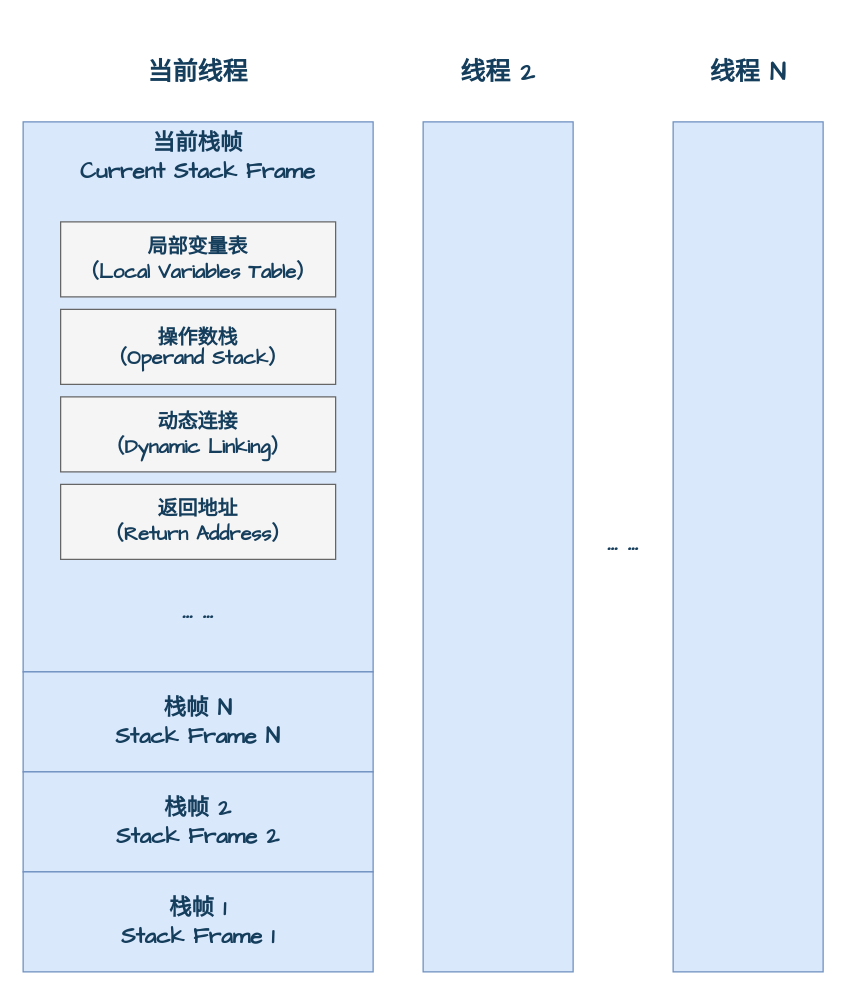
This is page "栈帧" (3 of 6) of assets/Java/JavaCore/JVM/Java虚拟机之内存区域.drawio from dunwu/waterdrop, a draw.io file, before an edit. Source tidied: cells renumbered, new cells numbered last; positions are measured from the earlier drawing's top-left corner, leaving out a move shared by most shapes. Both pictures are drawn from the tidied source at 125%, with x=0, y=0 at pixel (22, 21).
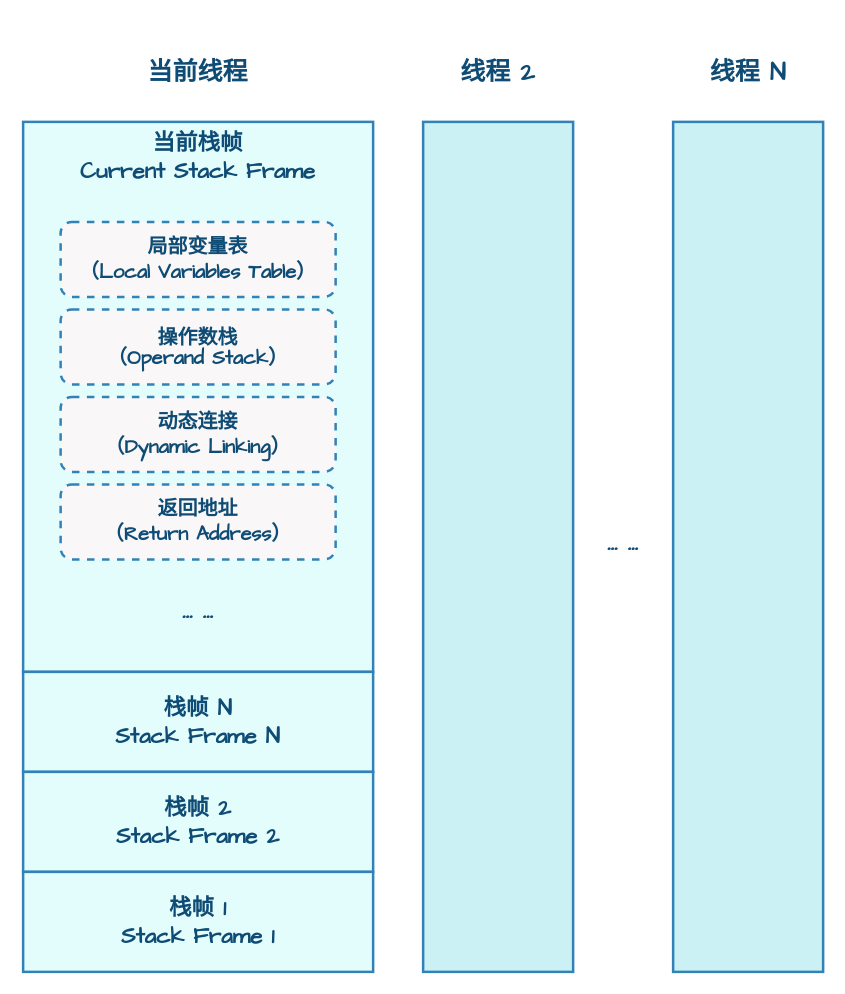
The same diagram, later.

Change to the diagram source:
```diff
@@
 <mxGraphModel>
   <root>
     <mxCell id="0" />
     <mxCell id="1" parent="0" />
-    <mxCell id="2" value="&lt;div style=&quot;border-color: var(--border-color); font-size: 18px; font-weight: 700;&quot;&gt;&lt;div style=&quot;border-color: var(--border-color);&quot;&gt;当前栈帧&lt;/div&gt;&lt;div style=&quot;border-color: var(--border-color);&quot;&gt;Current Stack Frame&lt;/div&gt;&lt;/div&gt;" style="rounded=0;whiteSpace=wrap;html=1;fillColor=#dae8fc;strokeColor=#6c8ebf;shadow=0;fontSize=16;verticalAlign=top;fontColor=#153E5D;fontFamily=Comic Sans MS;" parent="1" vertex="1">
+    <mxCell id="2" value="&lt;div style=&quot;border-color: var(--border-color); font-size: 18px;&quot;&gt;&lt;div style=&quot;border-color: var(--border-color);&quot;&gt;当前栈帧&lt;/div&gt;&lt;div style=&quot;border-color: var(--border-color);&quot;&gt;Current Stack Frame&lt;/div&gt;&lt;/div&gt;" style="rounded=0;whiteSpace=wrap;html=1;fillColor=#E3FDFD;strokeColor=#3282B8;shadow=0;fontSize=16;verticalAlign=top;fontColor=#0F4C75;fontFamily=Comic Sans MS;strokeWidth=2;fontStyle=1;" parent="1" vertex="1">
       <mxGeometry y="80" width="280" height="440" as="geometry" />
     </mxCell>
-    <mxCell id="3" value="&lt;div style=&quot;&quot;&gt;&lt;div style=&quot;&quot;&gt;局部变量表&lt;/div&gt;&lt;div style=&quot;&quot;&gt;（Local Variables Table）&lt;br&gt;&lt;/div&gt;&lt;/div&gt;" style="rounded=0;whiteSpace=wrap;html=1;fontSize=16;fillColor=#f5f5f5;fontColor=#153E5D;strokeColor=#666666;fontStyle=1;fontFamily=Comic Sans MS;" parent="1" vertex="1">
+    <mxCell id="3" value="&lt;div style=&quot;&quot;&gt;&lt;div style=&quot;&quot;&gt;局部变量表&lt;/div&gt;&lt;div style=&quot;&quot;&gt;（Local Variables Table）&lt;br&gt;&lt;/div&gt;&lt;/div&gt;" style="rounded=1;whiteSpace=wrap;html=1;fontSize=16;fillColor=#F9F7F7;fontColor=#0F4C75;strokeColor=#3282B8;fontStyle=1;fontFamily=Comic Sans MS;dashed=1;strokeWidth=2;" parent="1" vertex="1">
       <mxGeometry x="30" y="160" width="220" height="60" as="geometry" />
     </mxCell>
-    <mxCell id="4" value="&lt;div style=&quot;&quot;&gt;&lt;div style=&quot;&quot;&gt;&lt;p style=&quot;border-color: var(--border-color); margin: 0px 4px; line-height: 16px;&quot; align=&quot;center&quot;&gt;操作数栈&lt;/p&gt;&lt;p style=&quot;border-color: var(--border-color); margin: 0px 4px; line-height: 16px;&quot; align=&quot;center&quot;&gt;（Operand Stack）&lt;br&gt;&lt;/p&gt;&lt;/div&gt;&lt;/div&gt;" style="rounded=0;whiteSpace=wrap;html=1;fontSize=16;fillColor=#f5f5f5;fontColor=#153E5D;strokeColor=#666666;fontStyle=1;fontFamily=Comic Sans MS;" parent="1" vertex="1">
+    <mxCell id="4" value="&lt;div style=&quot;&quot;&gt;&lt;div style=&quot;&quot;&gt;&lt;p style=&quot;border-color: var(--border-color); margin: 0px 4px; line-height: 16px;&quot; align=&quot;center&quot;&gt;操作数栈&lt;/p&gt;&lt;p style=&quot;border-color: var(--border-color); margin: 0px 4px; line-height: 16px;&quot; align=&quot;center&quot;&gt;（Operand Stack）&lt;br&gt;&lt;/p&gt;&lt;/div&gt;&lt;/div&gt;" style="rounded=1;whiteSpace=wrap;html=1;fontSize=16;fillColor=#F9F7F7;fontColor=#0F4C75;strokeColor=#3282B8;fontStyle=1;fontFamily=Comic Sans MS;dashed=1;strokeWidth=2;" parent="1" vertex="1">
       <mxGeometry x="30" y="230" width="220" height="60" as="geometry" />
     </mxCell>
-    <mxCell id="5" value="&lt;div style=&quot;font-size: 16px;&quot;&gt;&lt;div style=&quot;font-size: 16px;&quot;&gt;&lt;div style=&quot;border-color: var(--border-color);&quot;&gt;动态连接&lt;/div&gt;&lt;div style=&quot;border-color: var(--border-color);&quot;&gt;（Dynamic Linking）&lt;br&gt;&lt;/div&gt;&lt;/div&gt;&lt;/div&gt;" style="rounded=0;whiteSpace=wrap;html=1;fontSize=16;fillColor=#f5f5f5;fontColor=#153E5D;strokeColor=#666666;fontStyle=1;fontFamily=Comic Sans MS;" parent="1" vertex="1">
+    <mxCell id="5" value="&lt;div style=&quot;font-size: 16px;&quot;&gt;&lt;div style=&quot;font-size: 16px;&quot;&gt;&lt;div style=&quot;border-color: var(--border-color);&quot;&gt;动态连接&lt;/div&gt;&lt;div style=&quot;border-color: var(--border-color);&quot;&gt;（Dynamic Linking）&lt;br&gt;&lt;/div&gt;&lt;/div&gt;&lt;/div&gt;" style="rounded=1;whiteSpace=wrap;html=1;fontSize=16;fillColor=#F9F7F7;fontColor=#0F4C75;strokeColor=#3282B8;fontStyle=1;fontFamily=Comic Sans MS;dashed=1;strokeWidth=2;" parent="1" vertex="1">
       <mxGeometry x="30" y="300" width="220" height="60" as="geometry" />
     </mxCell>
-    <mxCell id="6" value="&lt;div style=&quot;font-size: 16px;&quot;&gt;&lt;div style=&quot;font-size: 16px;&quot;&gt;&lt;div style=&quot;border-color: var(--border-color);&quot;&gt;返回地址&lt;/div&gt;&lt;div style=&quot;border-color: var(--border-color);&quot;&gt;（Return Address）&lt;br&gt;&lt;/div&gt;&lt;/div&gt;&lt;/div&gt;" style="rounded=0;whiteSpace=wrap;html=1;fontSize=16;fillColor=#f5f5f5;fontColor=#153E5D;strokeColor=#666666;fontStyle=1;fontFamily=Comic Sans MS;" parent="1" vertex="1">
+    <mxCell id="6" value="&lt;div style=&quot;font-size: 16px;&quot;&gt;&lt;div style=&quot;font-size: 16px;&quot;&gt;&lt;div style=&quot;border-color: var(--border-color);&quot;&gt;返回地址&lt;/div&gt;&lt;div style=&quot;border-color: var(--border-color);&quot;&gt;（Return Address）&lt;br&gt;&lt;/div&gt;&lt;/div&gt;&lt;/div&gt;" style="rounded=1;whiteSpace=wrap;html=1;fontSize=16;fillColor=#F9F7F7;fontColor=#0F4C75;strokeColor=#3282B8;fontStyle=1;fontFamily=Comic Sans MS;dashed=1;strokeWidth=2;" parent="1" vertex="1">
       <mxGeometry x="30" y="370" width="220" height="60" as="geometry" />
     </mxCell>
-    <mxCell id="7" value="&lt;div style=&quot;border-color: var(--border-color); font-size: 18px; font-weight: 700;&quot;&gt;&lt;div style=&quot;border-color: var(--border-color);&quot;&gt;栈帧 N&lt;/div&gt;&lt;div style=&quot;border-color: var(--border-color);&quot;&gt;Stack Frame N&lt;/div&gt;&lt;/div&gt;" style="rounded=0;whiteSpace=wrap;html=1;fillColor=#dae8fc;strokeColor=#6c8ebf;shadow=0;fontSize=16;verticalAlign=middle;align=center;fontColor=#153E5D;fontFamily=Comic Sans MS;" parent="1" vertex="1">
+    <mxCell id="7" value="&lt;div style=&quot;border-color: var(--border-color); font-size: 18px;&quot;&gt;&lt;div style=&quot;border-color: var(--border-color);&quot;&gt;栈帧 N&lt;/div&gt;&lt;div style=&quot;border-color: var(--border-color);&quot;&gt;Stack Frame N&lt;/div&gt;&lt;/div&gt;" style="rounded=0;whiteSpace=wrap;html=1;fillColor=#E3FDFD;strokeColor=#3282B8;shadow=0;fontSize=16;verticalAlign=middle;align=center;fontColor=#0F4C75;fontFamily=Comic Sans MS;strokeWidth=2;fontStyle=1;" parent="1" vertex="1">
       <mxGeometry y="520" width="280" height="80" as="geometry" />
     </mxCell>
-    <mxCell id="8" value="&lt;div style=&quot;border-color: var(--border-color); font-size: 18px; font-weight: 700;&quot;&gt;&lt;div style=&quot;border-color: var(--border-color);&quot;&gt;栈帧 2&lt;/div&gt;&lt;div style=&quot;border-color: var(--border-color);&quot;&gt;Stack Frame 2&lt;/div&gt;&lt;/div&gt;" style="rounded=0;whiteSpace=wrap;html=1;fillColor=#dae8fc;strokeColor=#6c8ebf;shadow=0;fontSize=16;verticalAlign=middle;align=center;fontColor=#153E5D;fontFamily=Comic Sans MS;" parent="1" vertex="1">
+    <mxCell id="8" value="&lt;div style=&quot;border-color: var(--border-color); font-size: 18px;&quot;&gt;&lt;div style=&quot;border-color: var(--border-color);&quot;&gt;栈帧 2&lt;/div&gt;&lt;div style=&quot;border-color: var(--border-color);&quot;&gt;Stack Frame 2&lt;/div&gt;&lt;/div&gt;" style="rounded=0;whiteSpace=wrap;html=1;fillColor=#E3FDFD;strokeColor=#3282B8;shadow=0;fontSize=16;verticalAlign=middle;align=center;fontColor=#0F4C75;fontFamily=Comic Sans MS;strokeWidth=2;fontStyle=1;" parent="1" vertex="1">
       <mxGeometry y="600" width="280" height="80" as="geometry" />
     </mxCell>
-    <mxCell id="9" value="&lt;div style=&quot;border-color: var(--border-color); font-size: 18px; font-weight: 700;&quot;&gt;&lt;div style=&quot;border-color: var(--border-color);&quot;&gt;栈帧 1&lt;/div&gt;&lt;div style=&quot;border-color: var(--border-color);&quot;&gt;Stack Frame 1&lt;/div&gt;&lt;/div&gt;" style="rounded=0;whiteSpace=wrap;html=1;fillColor=#dae8fc;strokeColor=#6c8ebf;shadow=0;fontSize=16;verticalAlign=middle;align=center;fontColor=#153E5D;fontFamily=Comic Sans MS;" parent="1" vertex="1">
+    <mxCell id="9" value="&lt;div style=&quot;border-color: var(--border-color); font-size: 18px;&quot;&gt;&lt;div style=&quot;border-color: var(--border-color);&quot;&gt;栈帧 1&lt;/div&gt;&lt;div style=&quot;border-color: var(--border-color);&quot;&gt;Stack Frame 1&lt;/div&gt;&lt;/div&gt;" style="rounded=0;whiteSpace=wrap;html=1;fillColor=#E3FDFD;strokeColor=#3282B8;shadow=0;fontSize=16;verticalAlign=middle;align=center;fontColor=#0F4C75;fontFamily=Comic Sans MS;strokeWidth=2;fontStyle=1;" parent="1" vertex="1">
       <mxGeometry y="680" width="280" height="80" as="geometry" />
     </mxCell>
-    <mxCell id="10" value="&lt;div style=&quot;border-color: var(--border-color); font-size: 18px; font-weight: 700;&quot;&gt;&lt;div style=&quot;border-color: var(--border-color);&quot;&gt;&lt;br&gt;&lt;/div&gt;&lt;/div&gt;" style="rounded=0;whiteSpace=wrap;html=1;fillColor=#dae8fc;strokeColor=#6c8ebf;shadow=0;fontSize=16;verticalAlign=top;fontColor=#153E5D;fontFamily=Comic Sans MS;" parent="1" vertex="1">
+    <mxCell id="10" value="&lt;div style=&quot;border-color: var(--border-color); font-size: 18px;&quot;&gt;&lt;div style=&quot;border-color: var(--border-color);&quot;&gt;&lt;br&gt;&lt;/div&gt;&lt;/div&gt;" style="rounded=0;whiteSpace=wrap;html=1;fillColor=#CBF1F5;strokeColor=#3282B8;shadow=0;fontSize=16;verticalAlign=top;fontColor=#0F4C75;fontFamily=Comic Sans MS;strokeWidth=2;fontStyle=1;" parent="1" vertex="1">
       <mxGeometry x="320" y="80" width="120" height="680" as="geometry" />
     </mxCell>
-    <mxCell id="11" value="&lt;div style=&quot;border-color: var(--border-color); font-size: 18px; font-weight: 700;&quot;&gt;&lt;div style=&quot;border-color: var(--border-color);&quot;&gt;&lt;br&gt;&lt;/div&gt;&lt;/div&gt;" style="rounded=0;whiteSpace=wrap;html=1;fillColor=#dae8fc;strokeColor=#6c8ebf;shadow=0;fontSize=16;verticalAlign=top;fontColor=#153E5D;fontFamily=Comic Sans MS;" parent="1" vertex="1">
+    <mxCell id="11" value="&lt;div style=&quot;border-color: var(--border-color); font-size: 18px;&quot;&gt;&lt;div style=&quot;border-color: var(--border-color);&quot;&gt;&lt;br&gt;&lt;/div&gt;&lt;/div&gt;" style="rounded=0;whiteSpace=wrap;html=1;fillColor=#CBF1F5;strokeColor=#3282B8;shadow=0;fontSize=16;verticalAlign=top;fontColor=#0F4C75;fontFamily=Comic Sans MS;strokeWidth=2;fontStyle=1;" parent="1" vertex="1">
       <mxGeometry x="520" y="80" width="120" height="680" as="geometry" />
     </mxCell>
-    <mxCell id="12" value="线程 2" style="rounded=0;whiteSpace=wrap;html=1;fillColor=none;strokeColor=none;shadow=0;fontSize=20;verticalAlign=middle;align=center;fontStyle=1;fontColor=#153E5D;fontFamily=Comic Sans MS;" parent="1" vertex="1">
+    <mxCell id="12" value="线程 2" style="rounded=0;whiteSpace=wrap;html=1;fillColor=none;strokeColor=none;shadow=0;fontSize=20;verticalAlign=middle;align=center;fontStyle=1;fontColor=#0F4C75;fontFamily=Comic Sans MS;strokeWidth=2;" parent="1" vertex="1">
       <mxGeometry x="320" width="120" height="80" as="geometry" />
     </mxCell>
-    <mxCell id="13" value="线程 N" style="rounded=0;whiteSpace=wrap;html=1;fillColor=none;strokeColor=none;shadow=0;fontSize=20;verticalAlign=middle;align=center;fontStyle=1;fontColor=#153E5D;fontFamily=Comic Sans MS;" parent="1" vertex="1">
+    <mxCell id="13" value="线程 N" style="rounded=0;whiteSpace=wrap;html=1;fillColor=none;strokeColor=none;shadow=0;fontSize=20;verticalAlign=middle;align=center;fontStyle=1;fontColor=#0F4C75;fontFamily=Comic Sans MS;strokeWidth=2;" parent="1" vertex="1">
       <mxGeometry x="520" width="120" height="80" as="geometry" />
     </mxCell>
-    <mxCell id="14" value="当前线程" style="rounded=0;whiteSpace=wrap;html=1;fillColor=none;strokeColor=none;shadow=0;fontSize=20;verticalAlign=middle;align=center;fontStyle=1;fontColor=#153E5D;fontFamily=Comic Sans MS;" parent="1" vertex="1">
+    <mxCell id="14" value="当前线程" style="rounded=0;whiteSpace=wrap;html=1;fillColor=none;strokeColor=none;shadow=0;fontSize=20;verticalAlign=middle;align=center;fontStyle=1;fontColor=#0F4C75;fontFamily=Comic Sans MS;strokeWidth=2;" parent="1" vertex="1">
       <mxGeometry x="80" width="120" height="80" as="geometry" />
     </mxCell>
-    <mxCell id="15" value="... ..." style="rounded=0;whiteSpace=wrap;html=1;fillColor=none;strokeColor=none;shadow=0;fontSize=20;verticalAlign=middle;align=center;fontStyle=1;fontColor=#153E5D;fontFamily=Comic Sans MS;" parent="1" vertex="1">
+    <mxCell id="15" value="... ..." style="rounded=0;whiteSpace=wrap;html=1;fillColor=none;strokeColor=none;shadow=0;fontSize=20;verticalAlign=middle;align=center;fontStyle=1;fontColor=#0F4C75;fontFamily=Comic Sans MS;strokeWidth=2;" parent="1" vertex="1">
       <mxGeometry x="440" y="376" width="80" height="80" as="geometry" />
     </mxCell>
-    <mxCell id="16" value="... ..." style="rounded=0;whiteSpace=wrap;html=1;fillColor=none;strokeColor=none;shadow=0;fontSize=20;verticalAlign=middle;align=center;fontStyle=1;fontColor=#153E5D;fontFamily=Comic Sans MS;" parent="1" vertex="1">
+    <mxCell id="16" value="... ..." style="rounded=0;whiteSpace=wrap;html=1;fillColor=none;strokeColor=none;shadow=0;fontSize=20;verticalAlign=middle;align=center;fontStyle=1;fontColor=#0F4C75;fontFamily=Comic Sans MS;strokeWidth=2;" parent="1" vertex="1">
       <mxGeometry x="100" y="440" width="80" height="60" as="geometry" />
     </mxCell>
   </root>
 </mxGraphModel>
```
